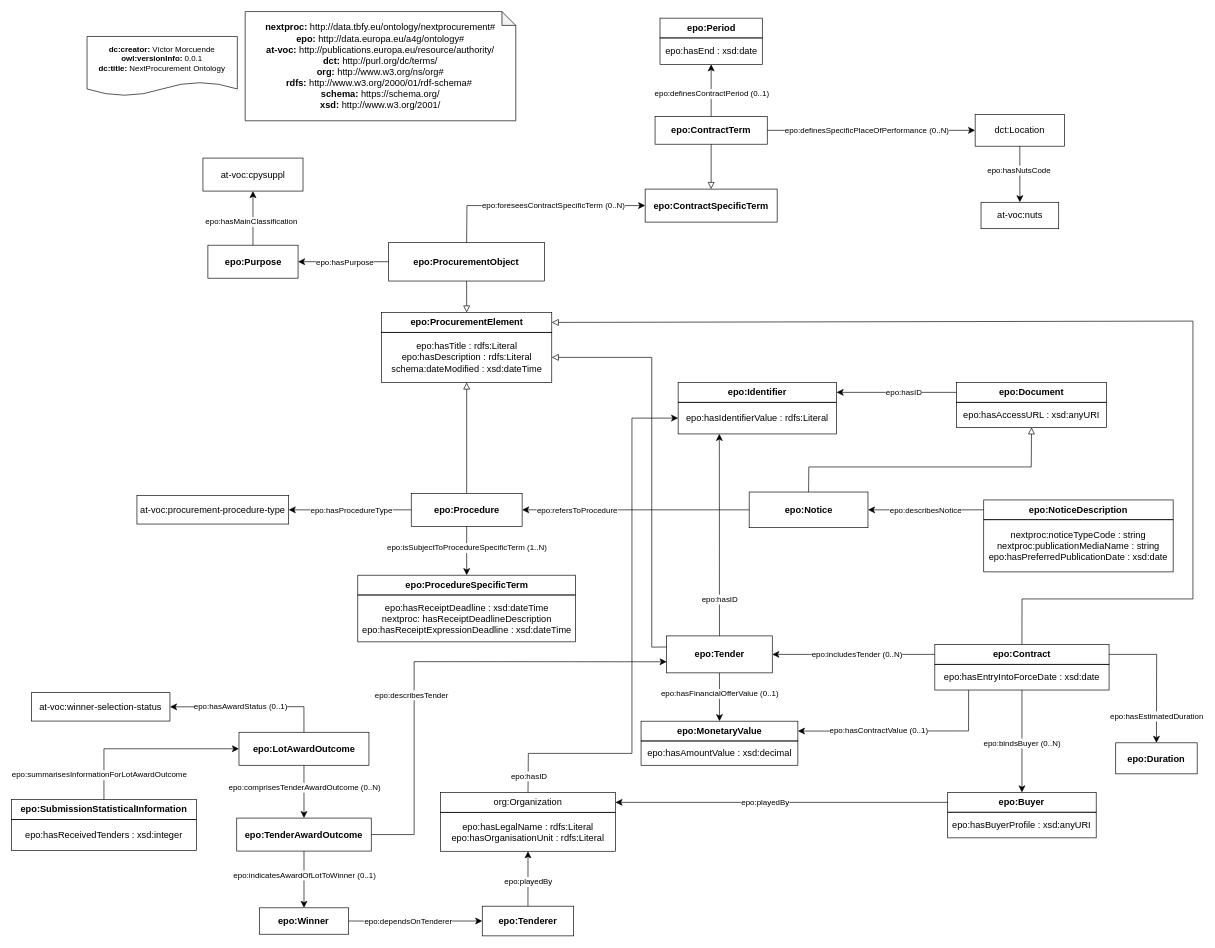
Earlier version of the draw.io diagram Outsiders Diagram.drawio (nextprocurement/mappings). Source tidied: cells renumbered, new cells numbered last; positions are measured from the earlier drawing's top-left corner, leaving out a move shared by most shapes. Both pictures are drawn from the tidied source at 66%, with x=0, y=0 at pixel (11, 11).
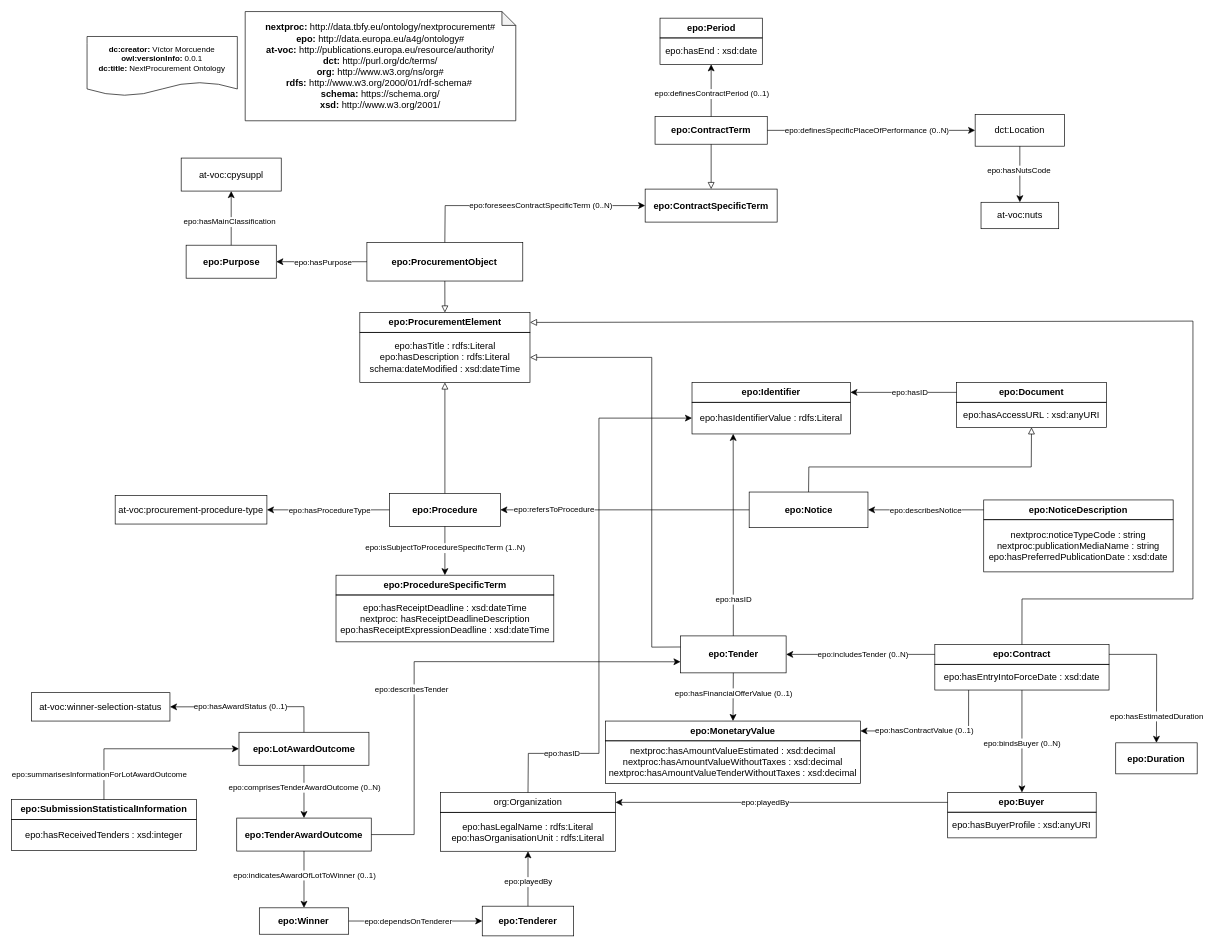
After the change.

The change refers to these unchanged cells:
```xml
<mxCell id="27" style="endArrow=classic;html=1;endSize=8;arcSize=0;rounded=0;entryX=1;entryY=0.5;entryDx=0;entryDy=0;exitX=0.194;exitY=1;exitDx=0;exitDy=0;exitPerimeter=0;" parent="1" edge="1" source="4" target="25">
  <mxGeometry relative="1" as="geometry">
    <Array as="points">
      <mxPoint x="1450" y="1090" />
    </Array>
  </mxGeometry>
</mxCell>
<mxCell id="36" value="&lt;div style=&quot;text-align: start;&quot;&gt;&lt;span style=&quot;background-color: initial;&quot;&gt;&lt;b&gt;epo:ContractSpecificTerm&lt;/b&gt;&lt;/span&gt;&lt;/div&gt;" style="rounded=0;whiteSpace=wrap;html=1;snapToPoint=1;points=[[0.1,0],[0.2,0],[0.3,0],[0.4,0],[0.5,0],[0.6,0],[0.7,0],[0.8,0],[0.9,0],[0,0.1],[0,0.3],[0,0.5],[0,0.7],[0,0.9],[0.1,1],[0.2,1],[0.3,1],[0.4,1],[0.5,1],[0.6,1],[0.7,1],[0.8,1],[0.9,1],[1,0.1],[1,0.3],[1,0.5],[1,0.7],[1,0.9]];fontFamily=Helvetica;fontSize=14;fillColor=none;" parent="1" vertex="1">
  <mxGeometry x="960" y="269" width="200" height="50" as="geometry" />
</mxCell>
<mxCell id="60" style="endArrow=classic;html=1;endSize=8;arcSize=0;rounded=0;entryX=1;entryY=0.5;entryDx=0;entryDy=0;exitX=0;exitY=0.5;exitDx=0;exitDy=0;" parent="1" edge="1" source="59" target="7">
  <mxGeometry relative="1" as="geometry" />
</mxCell>
<mxCell id="87" value="&lt;div style=&quot;text-align: start;&quot;&gt;&lt;span style=&quot;background-color: initial;&quot;&gt;org:Organization&lt;/span&gt;&lt;/div&gt;" style="rounded=0;whiteSpace=wrap;html=1;snapToPoint=1;points=[[0.1,0],[0.2,0],[0.3,0],[0.4,0],[0.5,0],[0.6,0],[0.7,0],[0.8,0],[0.9,0],[0,0.1],[0,0.3],[0,0.5],[0,0.7],[0,0.9],[0.1,1],[0.2,1],[0.3,1],[0.4,1],[0.5,1],[0.6,1],[0.7,1],[0.8,1],[0.9,1],[1,0.1],[1,0.3],[1,0.5],[1,0.7],[1,0.9]];fontFamily=Helvetica;fontSize=14;fillColor=none;" parent="1" vertex="1">
  <mxGeometry x="650" y="1183.2" width="265" height="30" as="geometry" />
</mxCell>
```

The edit, as a diff of the source:
```diff
@@
     <mxCell id="7" value="&lt;div style=&quot;text-align: start;&quot;&gt;&lt;span style=&quot;background-color: initial;&quot;&gt;&lt;b&gt;epo:Procedure&lt;/b&gt;&lt;/span&gt;&lt;/div&gt;" style="rounded=0;whiteSpace=wrap;html=1;snapToPoint=1;points=[[0.1,0],[0.2,0],[0.3,0],[0.4,0],[0.5,0],[0.6,0],[0.7,0],[0.8,0],[0.9,0],[0,0.1],[0,0.3],[0,0.5],[0,0.7],[0,0.9],[0.1,1],[0.2,1],[0.3,1],[0.4,1],[0.5,1],[0.6,1],[0.7,1],[0.8,1],[0.9,1],[1,0.1],[1,0.3],[1,0.5],[1,0.7],[1,0.9]];fontFamily=Helvetica;fontSize=14;fillColor=none;" parent="1" vertex="1">
-      <mxGeometry x="605.6" y="730" width="168" height="50" as="geometry" />
+      <mxGeometry x="572.6" y="730" width="168" height="50" as="geometry" />
     </mxCell>
     <mxCell id="8" value="&lt;div style=&quot;text-align: start;&quot;&gt;&lt;span style=&quot;background-color: initial;&quot;&gt;&lt;b&gt;epo:Tender&lt;/b&gt;&lt;/span&gt;&lt;/div&gt;" style="rounded=0;whiteSpace=wrap;html=1;snapToPoint=1;points=[[0.1,0],[0.2,0],[0.3,0],[0.4,0],[0.5,0],[0.6,0],[0.7,0],[0.8,0],[0.9,0],[0,0.1],[0,0.3],[0,0.5],[0,0.7],[0,0.9],[0.1,1],[0.2,1],[0.3,1],[0.4,1],[0.5,1],[0.6,1],[0.7,1],[0.8,1],[0.9,1],[1,0.1],[1,0.3],[1,0.5],[1,0.7],[1,0.9]];fontFamily=Helvetica;fontSize=14;fillColor=none;" parent="1" vertex="1">
-      <mxGeometry x="992.6" y="946" width="160" height="56" as="geometry" />
+      <mxGeometry x="1013.6" y="946" width="160" height="56" as="geometry" />
     </mxCell>
@@
     <mxCell id="20" value="&lt;div style=&quot;text-align: start;&quot;&gt;&lt;span style=&quot;background-color: initial;&quot;&gt;&lt;b&gt;epo:ProcurementObject&lt;/b&gt;&lt;/span&gt;&lt;/div&gt;" style="rounded=0;whiteSpace=wrap;html=1;snapToPoint=1;points=[[0.1,0],[0.2,0],[0.3,0],[0.4,0],[0.5,0],[0.6,0],[0.7,0],[0.8,0],[0.9,0],[0,0.1],[0,0.3],[0,0.5],[0,0.7],[0,0.9],[0.1,1],[0.2,1],[0.3,1],[0.4,1],[0.5,1],[0.6,1],[0.7,1],[0.8,1],[0.9,1],[1,0.1],[1,0.3],[1,0.5],[1,0.7],[1,0.9]];fontFamily=Helvetica;fontSize=14;fillColor=none;" parent="1" vertex="1">
-      <mxGeometry x="571.4" y="349.8" width="236.2" height="58.5" as="geometry" />
+      <mxGeometry x="538.4" y="349.8" width="236.2" height="58.5" as="geometry" />
     </mxCell>
     <mxCell id="21" value="&lt;div style=&quot;text-align: start;&quot;&gt;&lt;span style=&quot;background-color: initial;&quot;&gt;&lt;b&gt;epo:Identifier&lt;/b&gt;&lt;/span&gt;&lt;/div&gt;" style="rounded=0;whiteSpace=wrap;html=1;snapToPoint=1;points=[[0.1,0],[0.2,0],[0.3,0],[0.4,0],[0.5,0],[0.6,0],[0.7,0],[0.8,0],[0.9,0],[0,0.1],[0,0.3],[0,0.5],[0,0.7],[0,0.9],[0.1,1],[0.2,1],[0.3,1],[0.4,1],[0.5,1],[0.6,1],[0.7,1],[0.8,1],[0.9,1],[1,0.1],[1,0.3],[1,0.5],[1,0.7],[1,0.9]];fontFamily=Helvetica;fontSize=14;fillColor=none;" parent="1" vertex="1">
-      <mxGeometry x="1010" y="562" width="240" height="30" as="geometry" />
+      <mxGeometry x="1031" y="562" width="240" height="30" as="geometry" />
     </mxCell>
     <mxCell id="22" value="&lt;font style=&quot;font-size: 14px;&quot;&gt;epo:hasIdentifierValue : rdfs:Literal&lt;/font&gt;&lt;u&gt;&lt;br&gt;&lt;/u&gt;" style="rounded=0;whiteSpace=wrap;html=1;snapToPoint=1;points=[[0.1,0],[0.2,0],[0.3,0],[0.4,0],[0.5,0],[0.6,0],[0.7,0],[0.8,0],[0.9,0],[0,0.1],[0,0.3],[0,0.5],[0,0.7],[0,0.9],[0.1,1],[0.2,1],[0.3,1],[0.4,1],[0.5,1],[0.6,1],[0.7,1],[0.8,1],[0.9,1],[1,0.1],[1,0.3],[1,0.5],[1,0.7],[1,0.9]];fontFamily=Helvetica;fontSize=14;fillColor=none;" parent="1" vertex="1">
-      <mxGeometry x="1010" y="592" width="240" height="48" as="geometry" />
+      <mxGeometry x="1031" y="592" width="240" height="48" as="geometry" />
     </mxCell>
@@
     <mxCell id="25" value="&lt;b style=&quot;border-color: var(--border-color);&quot;&gt;epo:MonetaryValue&lt;br&gt;&lt;/b&gt;" style="rounded=0;whiteSpace=wrap;html=1;snapToPoint=1;points=[[0.1,0],[0.2,0],[0.3,0],[0.4,0],[0.5,0],[0.6,0],[0.7,0],[0.8,0],[0.9,0],[0,0.1],[0,0.3],[0,0.5],[0,0.7],[0,0.9],[0.1,1],[0.2,1],[0.3,1],[0.4,1],[0.5,1],[0.6,1],[0.7,1],[0.8,1],[0.9,1],[1,0.1],[1,0.3],[1,0.5],[1,0.7],[1,0.9]];fontFamily=Helvetica;fontSize=14;fillColor=none;" parent="1" vertex="1">
-      <mxGeometry x="953.8" y="1075.2" width="237.6" height="30" as="geometry" />
+      <mxGeometry x="900" y="1075" width="386.2" height="30" as="geometry" />
     </mxCell>
-    <mxCell id="26" value="&lt;span style=&quot;border-color: var(--border-color);&quot;&gt;epo:hasAmountValue : xsd:decimal&lt;br&gt;&lt;/span&gt;" style="rounded=0;whiteSpace=wrap;html=1;fontFamily=Helvetica;fontSize=14;fillColor=none;" parent="1" vertex="1">
-      <mxGeometry x="953.8" y="1105.2" width="237.6" height="36.8" as="geometry" />
+    <mxCell id="26" value="&lt;span style=&quot;border-color: var(--border-color);&quot;&gt;nextproc:hasAmountValueEstimated : xsd:decimal&lt;br&gt;nextproc:hasAmountValueWithoutTaxes : xsd:decimal&lt;br&gt;nextproc:hasAmountValueTenderWithoutTaxes : xsd:decimal&lt;br&gt;&lt;/span&gt;" style="rounded=0;whiteSpace=wrap;html=1;fontFamily=Helvetica;fontSize=14;fillColor=none;" parent="1" vertex="1">
+      <mxGeometry x="900" y="1105" width="386.2" height="64.8" as="geometry" />
     </mxCell>
@@
     <mxCell id="28" value="epo:hasContractValue (0..1)" style="text;html=1;align=center;verticalAlign=middle;labelBackgroundColor=#ffffff;" parent="27" vertex="1">
       <mxGeometry x="-0.13" relative="1" as="geometry">
-        <mxPoint x="-60" y="-1" as="offset" />
+        <mxPoint x="-32" y="-1" as="offset" />
       </mxGeometry>
     </mxCell>
     <mxCell id="29" value="&lt;div style=&quot;text-align: start;&quot;&gt;&lt;span style=&quot;background-color: initial;&quot;&gt;&lt;b&gt;epo:Purpose&lt;/b&gt;&lt;/span&gt;&lt;/div&gt;" style="rounded=0;whiteSpace=wrap;html=1;snapToPoint=1;points=[[0.1,0],[0.2,0],[0.3,0],[0.4,0],[0.5,0],[0.6,0],[0.7,0],[0.8,0],[0.9,0],[0,0.1],[0,0.3],[0,0.5],[0,0.7],[0,0.9],[0.1,1],[0.2,1],[0.3,1],[0.4,1],[0.5,1],[0.6,1],[0.7,1],[0.8,1],[0.9,1],[1,0.1],[1,0.3],[1,0.5],[1,0.7],[1,0.9]];fontFamily=Helvetica;fontSize=14;fillColor=none;" parent="1" vertex="1">
-      <mxGeometry x="297.5" y="354" width="136.6" height="50" as="geometry" />
+      <mxGeometry x="264.5" y="354" width="136.6" height="50" as="geometry" />
     </mxCell>
@@
     <mxCell id="32" value="&lt;div style=&quot;text-align: start;&quot;&gt;&lt;span style=&quot;background-color: initial;&quot;&gt;at-voc:cpysuppl&lt;/span&gt;&lt;/div&gt;" style="rounded=0;whiteSpace=wrap;html=1;snapToPoint=1;points=[[0.1,0],[0.2,0],[0.3,0],[0.4,0],[0.5,0],[0.6,0],[0.7,0],[0.8,0],[0.9,0],[0,0.1],[0,0.3],[0,0.5],[0,0.7],[0,0.9],[0.1,1],[0.2,1],[0.3,1],[0.4,1],[0.5,1],[0.6,1],[0.7,1],[0.8,1],[0.9,1],[1,0.1],[1,0.3],[1,0.5],[1,0.7],[1,0.9]];fontFamily=Helvetica;fontSize=14;fillColor=none;" parent="1" vertex="1">
-      <mxGeometry x="290" y="222" width="151.6" height="50" as="geometry" />
+      <mxGeometry x="257" y="222" width="151.6" height="50" as="geometry" />
     </mxCell>
@@
     <mxCell id="38" style="endArrow=classic;html=1;exitX=0.5;exitY=0;exitDx=0;exitDy=0;endSize=8;arcSize=0;rounded=0;entryX=0;entryY=0.5;entryDx=0;entryDy=0;" parent="1" edge="1" source="20" target="36">
       <mxGeometry relative="1" as="geometry">
         <Array as="points">
-          <mxPoint x="690" y="294" />
+          <mxPoint x="657" y="294" />
         </Array>
       </mxGeometry>
     </mxCell>
@@
     <mxCell id="54" value="&lt;div style=&quot;text-align: start;&quot;&gt;&lt;span style=&quot;background-color: initial;&quot;&gt;at-voc:procurement-procedure-type&lt;/span&gt;&lt;/div&gt;" style="rounded=0;whiteSpace=wrap;html=1;snapToPoint=1;points=[[0.1,0],[0.2,0],[0.3,0],[0.4,0],[0.5,0],[0.6,0],[0.7,0],[0.8,0],[0.9,0],[0,0.1],[0,0.3],[0,0.5],[0,0.7],[0,0.9],[0.1,1],[0.2,1],[0.3,1],[0.4,1],[0.5,1],[0.6,1],[0.7,1],[0.8,1],[0.9,1],[1,0.1],[1,0.3],[1,0.5],[1,0.7],[1,0.9]];fontFamily=Helvetica;fontSize=14;fillColor=none;" parent="1" vertex="1">
-      <mxGeometry x="190" y="733.5" width="229.9" height="43" as="geometry" />
+      <mxGeometry x="157" y="733.5" width="229.9" height="43" as="geometry" />
     </mxCell>
     <mxCell id="55" value="&lt;div style=&quot;text-align: start;&quot;&gt;&lt;span style=&quot;background-color: initial;&quot;&gt;&lt;b&gt;epo:ProcedureSpecificTerm&lt;/b&gt;&lt;/span&gt;&lt;/div&gt;" style="rounded=0;whiteSpace=wrap;html=1;snapToPoint=1;points=[[0.1,0],[0.2,0],[0.3,0],[0.4,0],[0.5,0],[0.6,0],[0.7,0],[0.8,0],[0.9,0],[0,0.1],[0,0.3],[0,0.5],[0,0.7],[0,0.9],[0.1,1],[0.2,1],[0.3,1],[0.4,1],[0.5,1],[0.6,1],[0.7,1],[0.8,1],[0.9,1],[1,0.1],[1,0.3],[1,0.5],[1,0.7],[1,0.9]];fontFamily=Helvetica;fontSize=14;fillColor=none;" parent="1" vertex="1">
-      <mxGeometry x="524.6" y="854" width="330" height="30" as="geometry" />
+      <mxGeometry x="491.6" y="854" width="330" height="30" as="geometry" />
     </mxCell>
@@
     <mxCell id="58" value="&lt;font style=&quot;font-size: 14px;&quot;&gt;epo:hasReceiptDeadline : xsd:dateTime&lt;br&gt;nextproc:&amp;nbsp;hasReceiptDeadlineDescription&lt;br&gt;epo:hasReceiptExpressionDeadline : xsd:dateTime&lt;/font&gt;&lt;span style=&quot;border-color: var(--border-color);&quot;&gt;&lt;br&gt;&lt;/span&gt;" style="rounded=0;whiteSpace=wrap;html=1;fontFamily=Helvetica;fontSize=14;fillColor=none;" parent="1" vertex="1">
-      <mxGeometry x="524.6" y="884" width="330" height="71" as="geometry" />
+      <mxGeometry x="491.6" y="884" width="330" height="71" as="geometry" />
     </mxCell>
@@
     <mxCell id="61" value="&lt;div&gt;epo:refersToProcedure&lt;/div&gt;" style="text;html=1;align=center;verticalAlign=middle;labelBackgroundColor=#ffffff;" parent="60" vertex="1">
       <mxGeometry x="-0.13" relative="1" as="geometry">
-        <mxPoint x="-111" as="offset" />
+        <mxPoint x="-132" y="-1" as="offset" />
       </mxGeometry>
     </mxCell>
@@
     <mxCell id="73" value="&lt;div style=&quot;text-align: start;&quot;&gt;&lt;span style=&quot;background-color: initial;&quot;&gt;&lt;b&gt;epo:ProcurementElement&lt;/b&gt;&lt;/span&gt;&lt;/div&gt;" style="rounded=0;whiteSpace=wrap;html=1;snapToPoint=1;points=[[0.1,0],[0.2,0],[0.3,0],[0.4,0],[0.5,0],[0.6,0],[0.7,0],[0.8,0],[0.9,0],[0,0.1],[0,0.3],[0,0.5],[0,0.7],[0,0.9],[0.1,1],[0.2,1],[0.3,1],[0.4,1],[0.5,1],[0.6,1],[0.7,1],[0.8,1],[0.9,1],[1,0.1],[1,0.3],[1,0.5],[1,0.7],[1,0.9]];fontFamily=Helvetica;fontSize=14;fillColor=none;" parent="1" vertex="1">
-      <mxGeometry x="560.7" y="456" width="257.8" height="30" as="geometry" />
+      <mxGeometry x="527.7" y="456" width="257.8" height="30" as="geometry" />
     </mxCell>
     <mxCell id="74" value="epo:hasTitle : rdfs:Literal&lt;b&gt;&lt;br&gt;&lt;/b&gt;epo:hasDescription : rdfs:Literal&lt;b style=&quot;border-color: var(--border-color);&quot;&gt;&lt;br&gt;&lt;/b&gt;&lt;span style=&quot;border-color: var(--border-color);&quot;&gt;schem&lt;font style=&quot;font-size: 14px;&quot;&gt;a:dateModified : xsd:dateTime&lt;/font&gt;&lt;br&gt;&lt;/span&gt;" style="rounded=0;whiteSpace=wrap;html=1;snapToPoint=1;points=[[0.1,0],[0.2,0],[0.3,0],[0.4,0],[0.5,0],[0.6,0],[0.7,0],[0.8,0],[0.9,0],[0,0.1],[0,0.3],[0,0.5],[0,0.7],[0,0.9],[0.1,1],[0.2,1],[0.3,1],[0.4,1],[0.5,1],[0.6,1],[0.7,1],[0.8,1],[0.9,1],[1,0.1],[1,0.3],[1,0.5],[1,0.7],[1,0.9]];fontFamily=Helvetica;fontSize=14;fillColor=none;" parent="1" vertex="1">
-      <mxGeometry x="560.7" y="486" width="257.8" height="76" as="geometry" />
+      <mxGeometry x="527.7" y="486" width="257.8" height="76" as="geometry" />
     </mxCell>
@@
     <mxCell id="94" style="endArrow=classic;html=1;endSize=8;arcSize=0;rounded=0;entryX=0;entryY=0.5;entryDx=0;entryDy=0;exitX=0.5;exitY=0;exitDx=0;exitDy=0;" parent="1" edge="1" source="87" target="22">
       <mxGeometry relative="1" as="geometry">
         <Array as="points">
           <mxPoint x="783" y="1124" />
-          <mxPoint x="940" y="1124" />
-          <mxPoint x="940" y="616" />
+          <mxPoint x="890" y="1124" />
+          <mxPoint x="890" y="616" />
         </Array>
       </mxGeometry>
     </mxCell>
     <mxCell id="95" value="&lt;div&gt;epo:hasID&lt;/div&gt;" style="text;html=1;align=center;verticalAlign=middle;labelBackgroundColor=#ffffff;" parent="94" vertex="1">
       <mxGeometry x="-0.13" relative="1" as="geometry">
-        <mxPoint x="-157" y="163" as="offset" />
+        <mxPoint x="-57" y="188" as="offset" />
       </mxGeometry>
     </mxCell>
```
